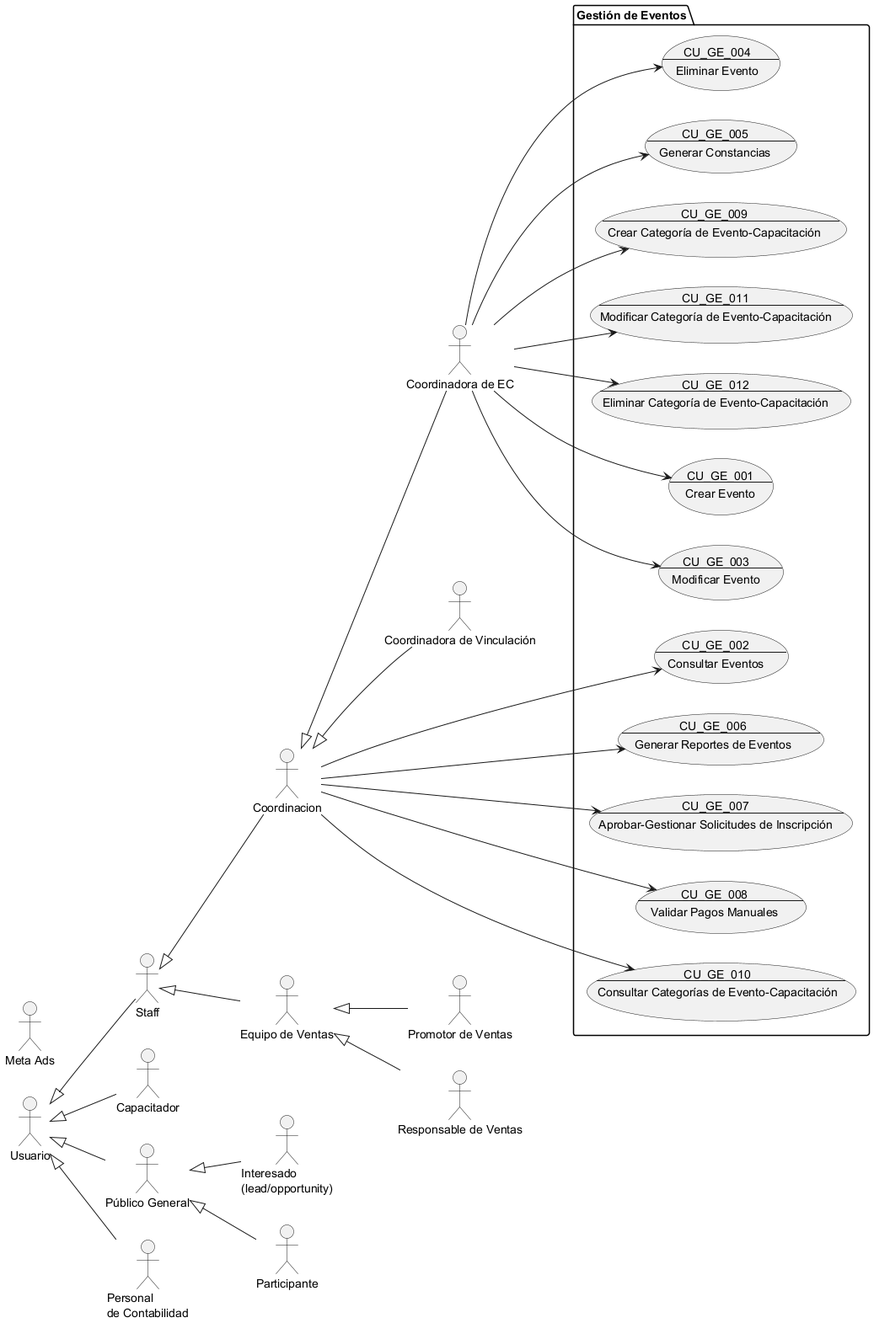
This is Docs/Requerimientos/Diagramas/img/Gestión de Eventos.png from Proyectos-Vinculacion-FMAT/ECFCA, a PlantUML export, as it was before one commit.
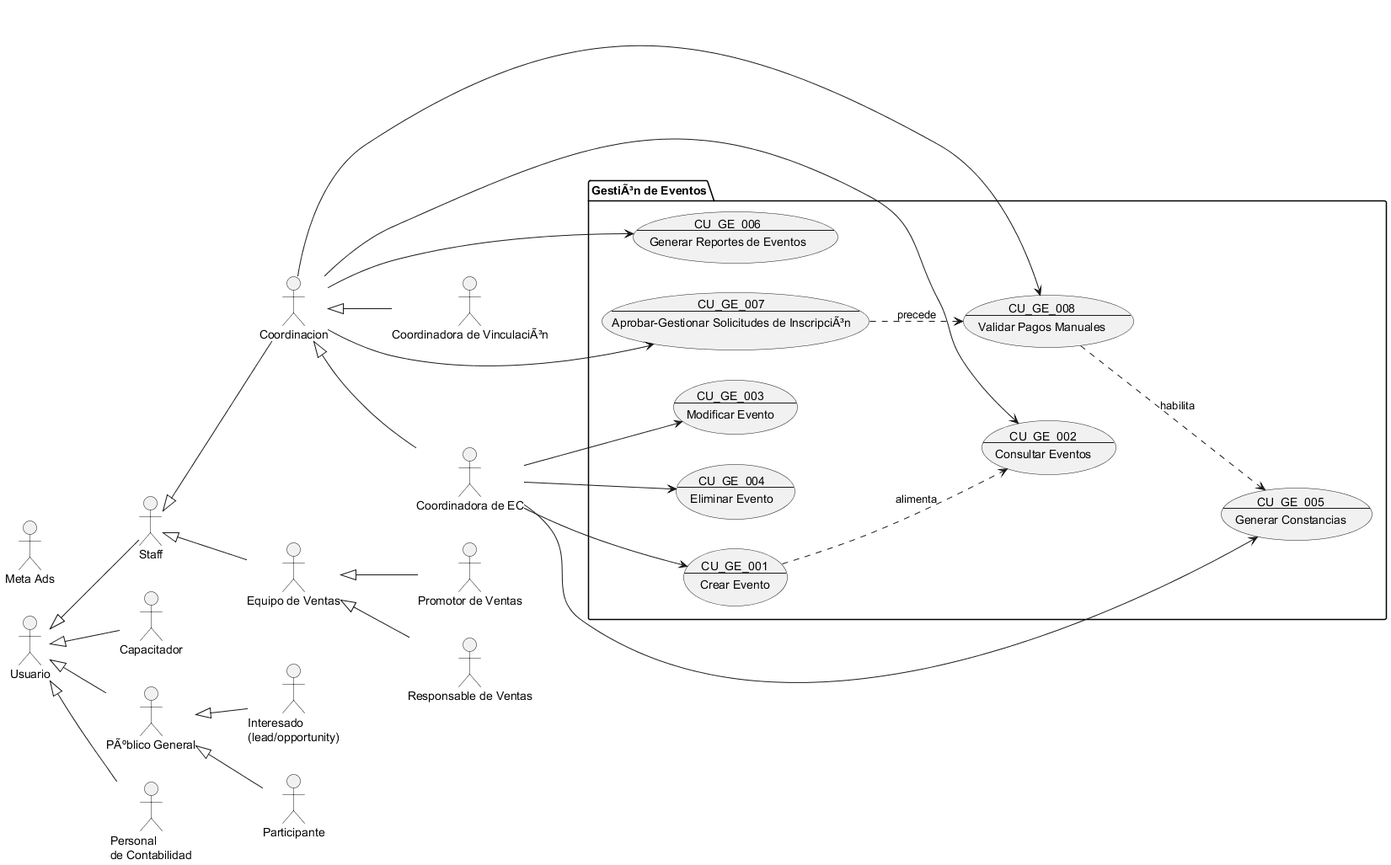
After the commit.

The edit, as a diff of the source:
```diff
@@ -1,8 +1,8 @@
-@startuml Gestión de Eventos
+@startuml GestiÃ³n de Eventos
 
 !include Actores.puml
 
-package "Gestión de Eventos" {
+package "GestiÃ³n de Eventos" {
 
     usecase CU_GE_001 as "
     CU_GE_001
@@ -24,6 +24,18 @@
     ---
     Eliminar Evento
     "
+
+    usecase CU_GE_007 as "
+    CU_GE_007
+    ---
+    Aprobar-Gestionar Solicitudes de InscripciÃ³n
+    "
+    usecase CU_GE_008 as "
+    CU_GE_008
+    ---
+    Validar Pagos Manuales
+    "
+
     usecase CU_GE_005 as "
     CU_GE_005
     ---
@@ -34,49 +46,21 @@
     ---
     Generar Reportes de Eventos
     "
-    usecase CU_GE_007 as "
-    CU_GE_007
-    ---
-    Aprobar-Gestionar Solicitudes de Inscripción
-    "
-    usecase CU_GE_008 as "
-    CU_GE_008
-    ---
-    Validar Pagos Manuales
-    "
-    usecase CU_GE_009 as "
-    CU_GE_009
-    ---
-    Crear Categoría de Evento-Capacitación
-    "
-    usecase CU_GE_010 as "
-    CU_GE_010
-    ---
-    Consultar Categorías de Evento-Capacitación
-    "
-    usecase CU_GE_011 as "
-    CU_GE_011
-    ---
-    Modificar Categoría de Evento-Capacitación
-    "
-    usecase CU_GE_012 as "
-    CU_GE_012
-    ---
-    Eliminar Categoría de Evento-Capacitación
-    "
 }
 
 coordinadora_ec --> CU_GE_001
 Coordinacion --> CU_GE_002
 coordinadora_ec --> CU_GE_003
 coordinadora_ec --> CU_GE_004
+
+Coordinacion --> CU_GE_007
+Coordinacion --> CU_GE_008
+
 coordinadora_ec --> CU_GE_005
 Coordinacion --> CU_GE_006
-Coordinacion --> CU_GE_007
-Coordinacion --> CU_GE_008
-coordinadora_ec --> CU_GE_009
-Coordinacion --> CU_GE_010
-coordinadora_ec --> CU_GE_011
-coordinadora_ec --> CU_GE_012
+
+CU_GE_001 ..> CU_GE_002 : alimenta
+CU_GE_007 ..> CU_GE_008 : precede
+CU_GE_008 ..> CU_GE_005 : habilita
 
 @enduml
```
